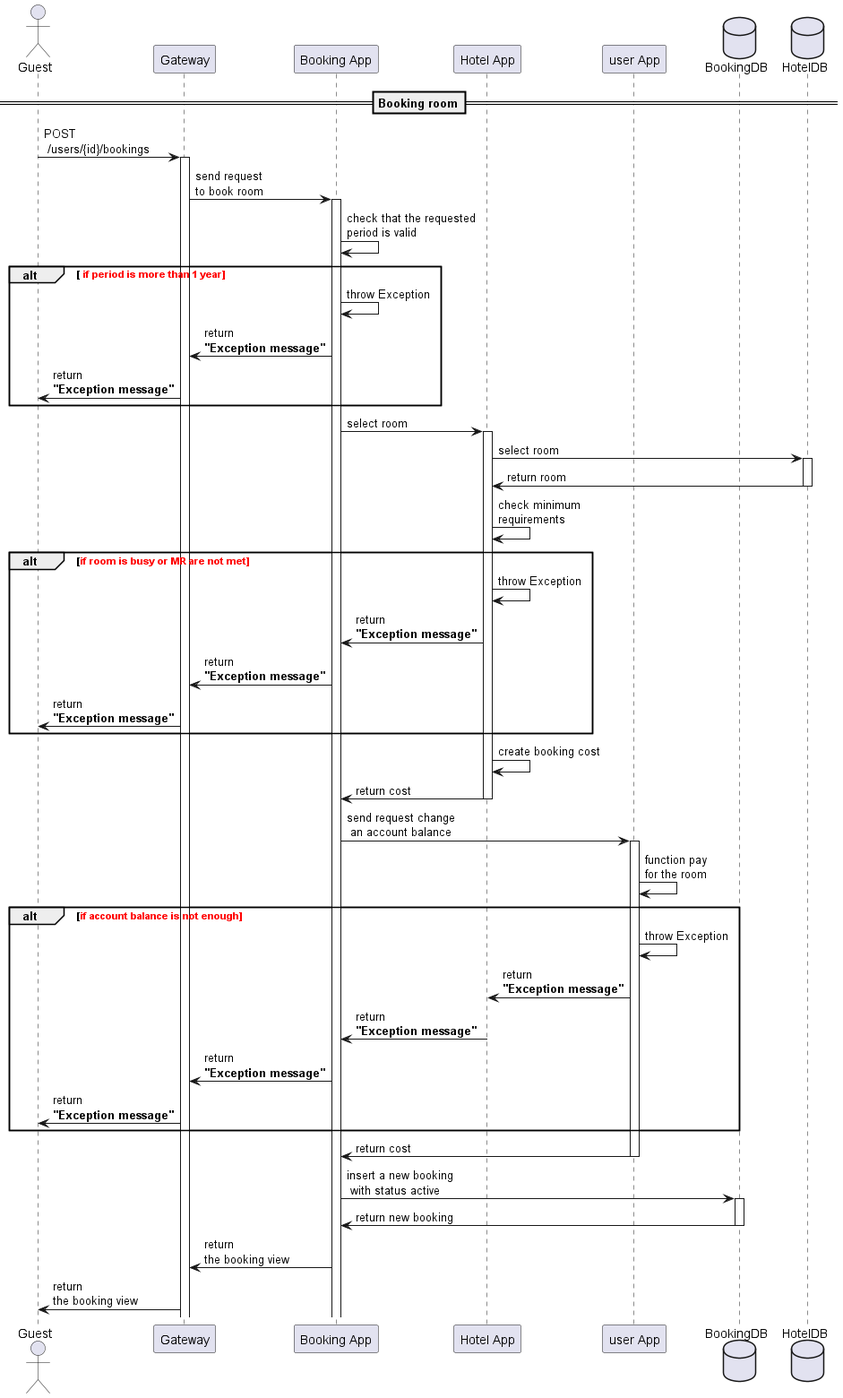
Earlier version of the PlantUML export image/booking.png (OlgaDobrodey/sequence-diagram).
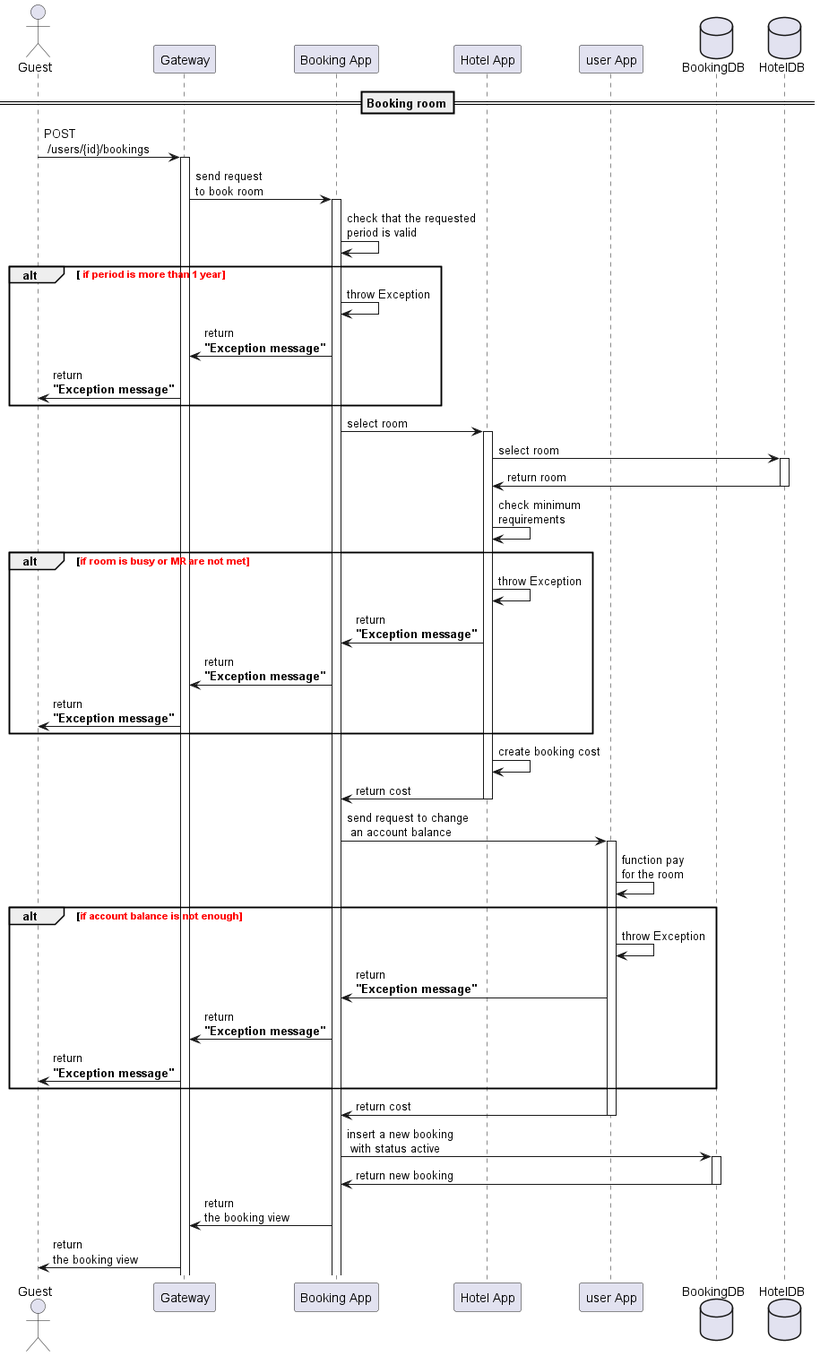
The same file after the commit.

Diff of the diagram source:
```diff
@@ -39,14 +39,13 @@
 hs -> bs: return cost
     deactivate hs
 
-bs -> us: send request change\n an account balance
+bs -> us: send request to change\n an account balance
     activate us
 us -> us: function pay\nfor the room
 
 alt <font color=red>if account balance is not enough
 us -> us: throw Exception
-us -> hs: return\n<b>"Exception message"
-hs -> bs: return\n<b>"Exception message"
+us -> bs: return\n<b>"Exception message"
 bs-> gw: return\n<b>"Exception message"
 gw -> user: return\n<b>"Exception message"
 end
```
